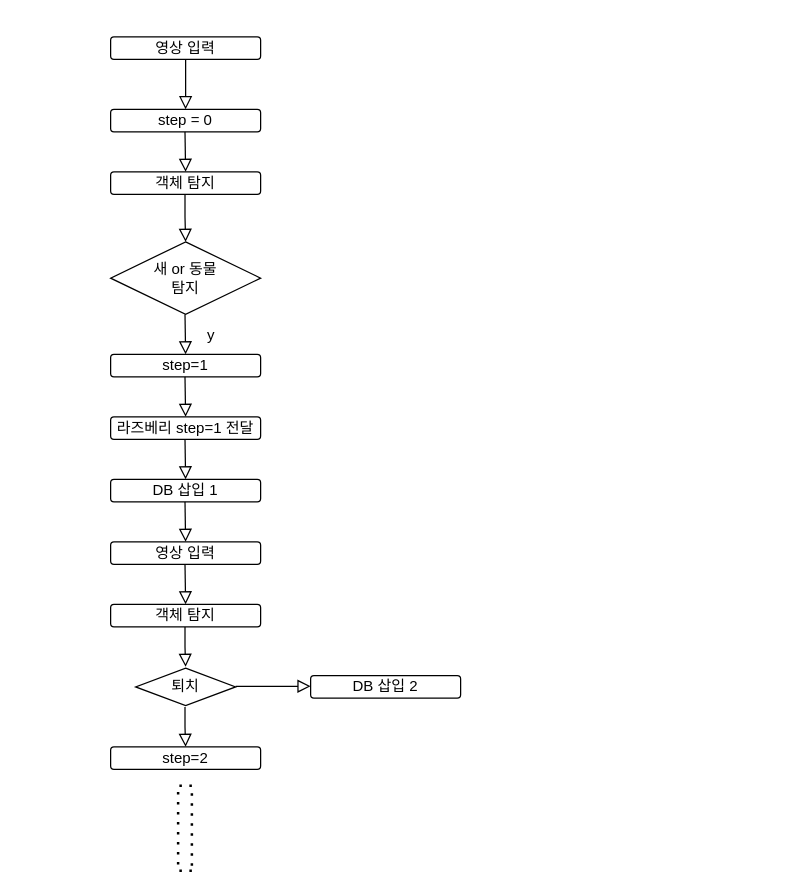
Before: 제목 없는 다이어그램.drawio in irishNoah/FarmSecurity_irish, a draw.io diagram. Source tidied: cells renumbered, new cells numbered last; positions are measured from the earlier drawing's top-left corner, leaving out a move shared by most shapes. Both pictures are drawn from the tidied source at 125%, with x=0, y=0 at pixel (110, 36).
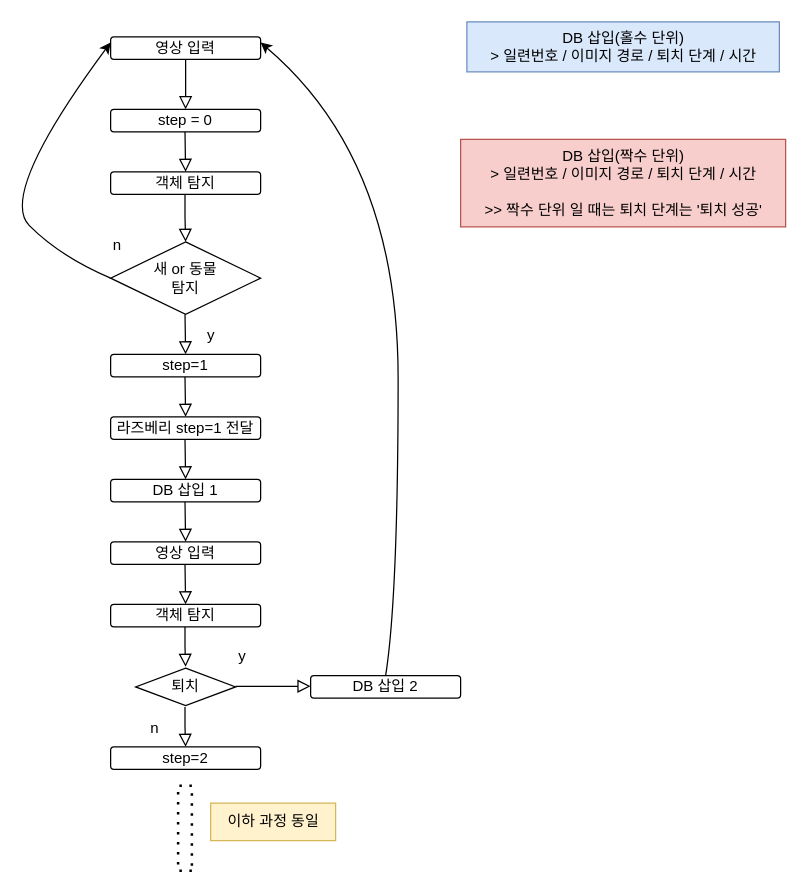
After the change.

Commit message:
제목 없는 다이어그램.drawio 업데이트

Unchanged cells that the change refers to:
```xml
<mxCell id="3" value="영상 입력" style="rounded=1;whiteSpace=wrap;html=1;fontSize=12;glass=0;strokeWidth=1;shadow=0;" parent="1" vertex="1">
  <mxGeometry width="120" height="18" as="geometry" />
</mxCell>
<mxCell id="7" value="새 or 동물 &lt;br&gt;탐지" style="rhombus;whiteSpace=wrap;html=1;" parent="1" vertex="1">
  <mxGeometry y="164" width="120" height="58" as="geometry" />
</mxCell>
<mxCell id="25" value="DB 삽입 2" style="rounded=1;whiteSpace=wrap;html=1;" parent="1" vertex="1">
  <mxGeometry x="160" y="511" width="120" height="18" as="geometry" />
</mxCell>
```

Change to the diagram source:
```diff
@@
+    <mxCell id="27" value="DB 삽입(홀수 단위)&lt;br&gt;&amp;gt; 일련번호 / 이미지 경로 / 퇴치 단계 / 시간" style="text;html=1;align=center;verticalAlign=middle;fillColor=#dae8fc;strokeColor=#6c8ebf;rounded=0;" parent="1" vertex="1">
+      <mxGeometry x="285" y="-12" width="250" height="40" as="geometry" />
+    </mxCell>
+    <mxCell id="28" value="DB 삽입(짝수 단위)&lt;br&gt;&amp;gt; 일련번호 / 이미지 경로 / 퇴치 단계 / 시간&lt;br&gt;&lt;br&gt;&amp;gt;&amp;gt; 짝수 단위 일 때는 퇴치 단계는 '퇴치 성공'" style="text;html=1;align=center;verticalAlign=middle;fillColor=#f8cecc;strokeColor=#b85450;rounded=0;" parent="1" vertex="1">
+      <mxGeometry x="280" y="82" width="260" height="70" as="geometry" />
+    </mxCell>
+    <mxCell id="29" style="curved=1;endArrow=classic;html=1;rounded=0;exitX=0;exitY=0.5;exitDx=0;exitDy=0;entryX=0;entryY=0.25;entryDx=0;entryDy=0;" parent="1" edge="1" source="7" target="3">
+      <mxGeometry relative="1" as="geometry">
+        <Array as="points">
+          <mxPoint x="-40" y="176" />
+          <mxPoint x="-90" y="126" />
+        </Array>
+      </mxGeometry>
+    </mxCell>
+    <mxCell id="30" style="curved=1;endArrow=classic;html=1;rounded=0;exitX=0.5;exitY=0;exitDx=0;exitDy=0;entryX=1;entryY=0.25;entryDx=0;entryDy=0;" parent="1" edge="1" source="25" target="3">
+      <mxGeometry relative="1" as="geometry">
+        <Array as="points">
+          <mxPoint x="230" y="448" />
+          <mxPoint x="230" y="98" />
+        </Array>
+      </mxGeometry>
+    </mxCell>
+    <mxCell id="31" value="n" style="text;html=1;align=center;verticalAlign=middle;fillColor=none;strokeColor=none;rounded=0;" parent="1" vertex="1">
+      <mxGeometry x="-10" y="152" width="30" height="30" as="geometry" />
+    </mxCell>
+    <mxCell id="32" value="n" style="text;html=1;align=center;verticalAlign=middle;fillColor=none;strokeColor=none;rounded=0;" parent="1" vertex="1">
+      <mxGeometry x="20" y="538" width="30" height="30" as="geometry" />
+    </mxCell>
+    <mxCell id="33" value="y" style="text;html=1;align=center;verticalAlign=middle;fillColor=none;strokeColor=none;rounded=0;" parent="1" vertex="1">
+      <mxGeometry x="90" y="481" width="30" height="30" as="geometry" />
+    </mxCell>
+    <mxCell id="34" value="이하 과정 동일" style="text;html=1;align=center;verticalAlign=middle;fillColor=#fff2cc;strokeColor=#d6b656;rounded=0;" parent="1" vertex="1">
+      <mxGeometry x="80" y="613" width="100" height="30" as="geometry" />
+    </mxCell>
```
